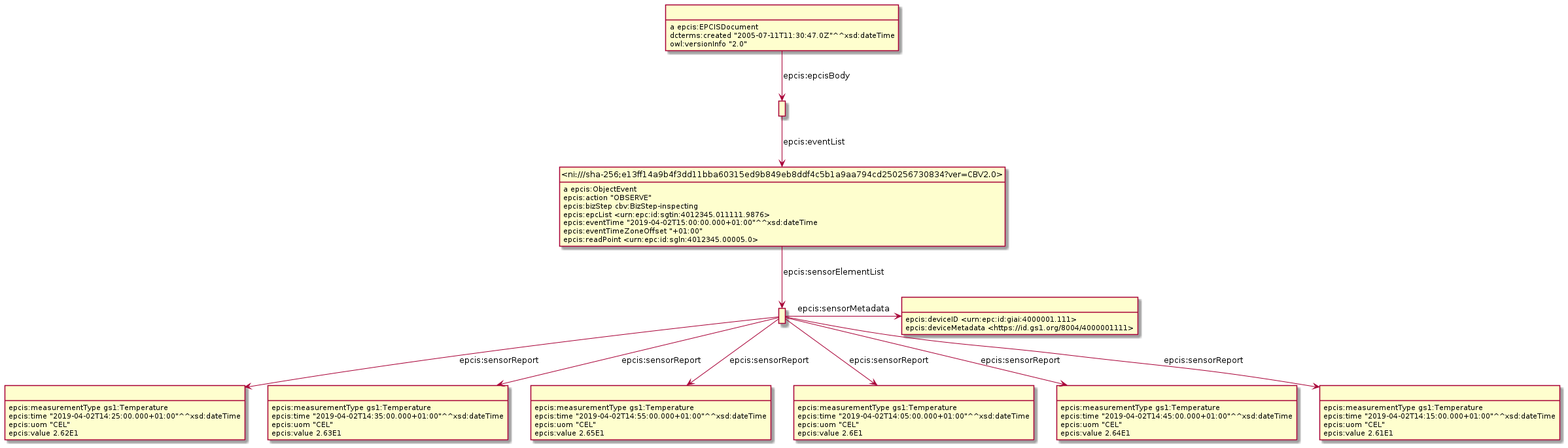
gs1/EPCIS keeps this PlantUML diagram as Diagrams/WithSensorData/SensorDataExample5.png. Above is the earlier version. The source it was exported from:
```plantuml
@startuml
hide empty methods
hide empty attributes
hide circle
skinparam classAttributeIconSize 0
class _r1631887420r5_ as " "
_r1631887420r5_ : epcis:measurementType gs1:Temperature
_r1631887420r5_ : epcis:time "2019-04-02T14:25:00.000+01:00"^^xsd:dateTime
_r1631887420r5_ : epcis:uom "CEL"
_r1631887420r5_ : epcis:value 2.62E1
class _r1631887420r4_ as " "
_r1631887420r4_ : epcis:measurementType gs1:Temperature
_r1631887420r4_ : epcis:time "2019-04-02T14:35:00.000+01:00"^^xsd:dateTime
_r1631887420r4_ : epcis:uom "CEL"
_r1631887420r4_ : epcis:value 2.63E1
class _r1631887420r0_ as " "
_r1631887420r0_ -down-> _r1631887420r4_ : epcis:sensorReport
_r1631887420r0_ -down-> _r1631887420r5_ : epcis:sensorReport
class _r1631887420r2_ as " "
_r1631887420r0_ -down-> _r1631887420r2_ : epcis:sensorReport
class _r1631887420r7_ as " "
_r1631887420r0_ -down-> _r1631887420r7_ : epcis:sensorReport
class _r1631887420r3_ as " "
_r1631887420r0_ -down-> _r1631887420r3_ : epcis:sensorReport
class _r1631887420r1_ as " "
_r1631887420r0_ -right-> _r1631887420r1_ : epcis:sensorMetadata
class _r1631887420r6_ as " "
_r1631887420r0_ -down-> _r1631887420r6_ : epcis:sensorReport
class _r1631887420r8_ as " "
_r1631887420r8_ : a epcis:EPCISDocument
class _r1631887420r9_ as " "
_r1631887420r8_ -down-> _r1631887420r9_ : epcis:epcisBody
_r1631887420r8_ : dcterms:created "2005-07-11T11:30:47.0Z"^^xsd:dateTime
_r1631887420r8_ : owl:versionInfo "2.0"
class _ni_sha_256_e13ff14a9b4f3dd11bba60315ed9b849eb8ddf4c5b1a9aa794cd250256730834_ver_CBV2_0_ as "<ni:///sha-256;e13ff14a9b4f3dd11bba60315ed9b849eb8ddf4c5b1a9aa794cd250256730834?ver=CBV2.0>"
_ni_sha_256_e13ff14a9b4f3dd11bba60315ed9b849eb8ddf4c5b1a9aa794cd250256730834_ver_CBV2_0_ : a epcis:ObjectEvent
_ni_sha_256_e13ff14a9b4f3dd11bba60315ed9b849eb8ddf4c5b1a9aa794cd250256730834_ver_CBV2_0_ -down-> _r1631887420r0_ : epcis:sensorElementList
_ni_sha_256_e13ff14a9b4f3dd11bba60315ed9b849eb8ddf4c5b1a9aa794cd250256730834_ver_CBV2_0_ : epcis:action "OBSERVE"
_ni_sha_256_e13ff14a9b4f3dd11bba60315ed9b849eb8ddf4c5b1a9aa794cd250256730834_ver_CBV2_0_ : epcis:bizStep cbv:BizStep-inspecting
_ni_sha_256_e13ff14a9b4f3dd11bba60315ed9b849eb8ddf4c5b1a9aa794cd250256730834_ver_CBV2_0_ : epcis:epcList <urn:epc:id:sgtin:4012345.011111.9876>
_ni_sha_256_e13ff14a9b4f3dd11bba60315ed9b849eb8ddf4c5b1a9aa794cd250256730834_ver_CBV2_0_ : epcis:eventTime "2019-04-02T15:00:00.000+01:00"^^xsd:dateTime
_ni_sha_256_e13ff14a9b4f3dd11bba60315ed9b849eb8ddf4c5b1a9aa794cd250256730834_ver_CBV2_0_ : epcis:eventTimeZoneOffset "+01:00"
_ni_sha_256_e13ff14a9b4f3dd11bba60315ed9b849eb8ddf4c5b1a9aa794cd250256730834_ver_CBV2_0_ : epcis:readPoint <urn:epc:id:sgln:4012345.00005.0>
_r1631887420r3_ : epcis:measurementType gs1:Temperature
_r1631887420r3_ : epcis:time "2019-04-02T14:45:00.000+01:00"^^xsd:dateTime
_r1631887420r3_ : epcis:uom "CEL"
_r1631887420r3_ : epcis:value 2.64E1
_r1631887420r2_ : epcis:measurementType gs1:Temperature
_r1631887420r2_ : epcis:time "2019-04-02T14:55:00.000+01:00"^^xsd:dateTime
_r1631887420r2_ : epcis:uom "CEL"
_r1631887420r2_ : epcis:value 2.65E1
_r1631887420r6_ : epcis:measurementType gs1:Temperature
_r1631887420r6_ : epcis:time "2019-04-02T14:15:00.000+01:00"^^xsd:dateTime
_r1631887420r6_ : epcis:uom "CEL"
_r1631887420r6_ : epcis:value 2.61E1
_r1631887420r9_ -down-> _ni_sha_256_e13ff14a9b4f3dd11bba60315ed9b849eb8ddf4c5b1a9aa794cd250256730834_ver_CBV2_0_ : epcis:eventList
_r1631887420r1_ : epcis:deviceID <urn:epc:id:giai:4000001.111>
_r1631887420r1_ : epcis:deviceMetadata <https://id.gs1.org/8004/4000001111>
_r1631887420r7_ : epcis:measurementType gs1:Temperature
_r1631887420r7_ : epcis:time "2019-04-02T14:05:00.000+01:00"^^xsd:dateTime
_r1631887420r7_ : epcis:uom "CEL"
_r1631887420r7_ : epcis:value 2.6E1
@enduml
```
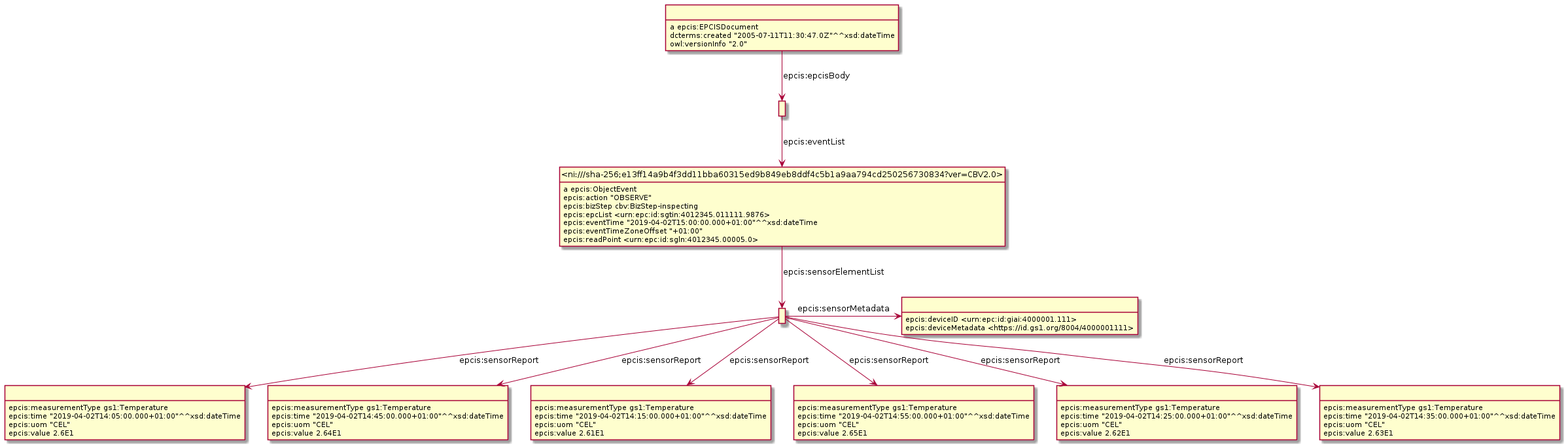
The same file after the commit.

Change to the diagram source:
```diff
@@ -3,61 +3,61 @@
 hide empty attributes
 hide circle
 skinparam classAttributeIconSize 0
-class _r1631887420r5_ as " "
-_r1631887420r5_ : epcis:measurementType gs1:Temperature
-_r1631887420r5_ : epcis:time "2019-04-02T14:25:00.000+01:00"^^xsd:dateTime
-_r1631887420r5_ : epcis:uom "CEL"
-_r1631887420r5_ : epcis:value 2.62E1
-class _r1631887420r4_ as " "
-_r1631887420r4_ : epcis:measurementType gs1:Temperature
-_r1631887420r4_ : epcis:time "2019-04-02T14:35:00.000+01:00"^^xsd:dateTime
-_r1631887420r4_ : epcis:uom "CEL"
-_r1631887420r4_ : epcis:value 2.63E1
-class _r1631887420r0_ as " "
-_r1631887420r0_ -down-> _r1631887420r4_ : epcis:sensorReport
-_r1631887420r0_ -down-> _r1631887420r5_ : epcis:sensorReport
-class _r1631887420r2_ as " "
-_r1631887420r0_ -down-> _r1631887420r2_ : epcis:sensorReport
-class _r1631887420r7_ as " "
-_r1631887420r0_ -down-> _r1631887420r7_ : epcis:sensorReport
-class _r1631887420r3_ as " "
-_r1631887420r0_ -down-> _r1631887420r3_ : epcis:sensorReport
-class _r1631887420r1_ as " "
-_r1631887420r0_ -right-> _r1631887420r1_ : epcis:sensorMetadata
-class _r1631887420r6_ as " "
-_r1631887420r0_ -down-> _r1631887420r6_ : epcis:sensorReport
-class _r1631887420r8_ as " "
-_r1631887420r8_ : a epcis:EPCISDocument
-class _r1631887420r9_ as " "
-_r1631887420r8_ -down-> _r1631887420r9_ : epcis:epcisBody
-_r1631887420r8_ : dcterms:created "2005-07-11T11:30:47.0Z"^^xsd:dateTime
-_r1631887420r8_ : owl:versionInfo "2.0"
+class _r1631889711r7_ as " "
+_r1631889711r7_ : epcis:measurementType gs1:Temperature
+_r1631889711r7_ : epcis:time "2019-04-02T14:05:00.000+01:00"^^xsd:dateTime
+_r1631889711r7_ : epcis:uom "CEL"
+_r1631889711r7_ : epcis:value 2.6E1
+class _r1631889711r3_ as " "
+_r1631889711r3_ : epcis:measurementType gs1:Temperature
+_r1631889711r3_ : epcis:time "2019-04-02T14:45:00.000+01:00"^^xsd:dateTime
+_r1631889711r3_ : epcis:uom "CEL"
+_r1631889711r3_ : epcis:value 2.64E1
+class _r1631889711r1_ as " "
+_r1631889711r1_ : epcis:deviceID <urn:epc:id:giai:4000001.111>
+_r1631889711r1_ : epcis:deviceMetadata <https://id.gs1.org/8004/4000001111>
+class _r1631889711r6_ as " "
+_r1631889711r6_ : epcis:measurementType gs1:Temperature
+_r1631889711r6_ : epcis:time "2019-04-02T14:15:00.000+01:00"^^xsd:dateTime
+_r1631889711r6_ : epcis:uom "CEL"
+_r1631889711r6_ : epcis:value 2.61E1
+class _r1631889711r8_ as " "
+_r1631889711r8_ : a epcis:EPCISDocument
+class _r1631889711r9_ as " "
+_r1631889711r8_ -down-> _r1631889711r9_ : epcis:epcisBody
+_r1631889711r8_ : dcterms:created "2005-07-11T11:30:47.0Z"^^xsd:dateTime
+_r1631889711r8_ : owl:versionInfo "2.0"
+class _r1631889711r2_ as " "
+_r1631889711r2_ : epcis:measurementType gs1:Temperature
+_r1631889711r2_ : epcis:time "2019-04-02T14:55:00.000+01:00"^^xsd:dateTime
+_r1631889711r2_ : epcis:uom "CEL"
+_r1631889711r2_ : epcis:value 2.65E1
+class _r1631889711r5_ as " "
+_r1631889711r5_ : epcis:measurementType gs1:Temperature
+_r1631889711r5_ : epcis:time "2019-04-02T14:25:00.000+01:00"^^xsd:dateTime
+_r1631889711r5_ : epcis:uom "CEL"
+_r1631889711r5_ : epcis:value 2.62E1
+class _r1631889711r4_ as " "
+_r1631889711r4_ : epcis:measurementType gs1:Temperature
+_r1631889711r4_ : epcis:time "2019-04-02T14:35:00.000+01:00"^^xsd:dateTime
+_r1631889711r4_ : epcis:uom "CEL"
+_r1631889711r4_ : epcis:value 2.63E1
 class _ni_sha_256_e13ff14a9b4f3dd11bba60315ed9b849eb8ddf4c5b1a9aa794cd250256730834_ver_CBV2_0_ as "<ni:///sha-256;e13ff14a9b4f3dd11bba60315ed9b849eb8ddf4c5b1a9aa794cd250256730834?ver=CBV2.0>"
+_r1631889711r9_ -down-> _ni_sha_256_e13ff14a9b4f3dd11bba60315ed9b849eb8ddf4c5b1a9aa794cd250256730834_ver_CBV2_0_ : epcis:eventList
 _ni_sha_256_e13ff14a9b4f3dd11bba60315ed9b849eb8ddf4c5b1a9aa794cd250256730834_ver_CBV2_0_ : a epcis:ObjectEvent
-_ni_sha_256_e13ff14a9b4f3dd11bba60315ed9b849eb8ddf4c5b1a9aa794cd250256730834_ver_CBV2_0_ -down-> _r1631887420r0_ : epcis:sensorElementList
+class _r1631889711r0_ as " "
+_ni_sha_256_e13ff14a9b4f3dd11bba60315ed9b849eb8ddf4c5b1a9aa794cd250256730834_ver_CBV2_0_ -down-> _r1631889711r0_ : epcis:sensorElementList
 _ni_sha_256_e13ff14a9b4f3dd11bba60315ed9b849eb8ddf4c5b1a9aa794cd250256730834_ver_CBV2_0_ : epcis:action "OBSERVE"
 _ni_sha_256_e13ff14a9b4f3dd11bba60315ed9b849eb8ddf4c5b1a9aa794cd250256730834_ver_CBV2_0_ : epcis:bizStep cbv:BizStep-inspecting
 _ni_sha_256_e13ff14a9b4f3dd11bba60315ed9b849eb8ddf4c5b1a9aa794cd250256730834_ver_CBV2_0_ : epcis:epcList <urn:epc:id:sgtin:4012345.011111.9876>
 _ni_sha_256_e13ff14a9b4f3dd11bba60315ed9b849eb8ddf4c5b1a9aa794cd250256730834_ver_CBV2_0_ : epcis:eventTime "2019-04-02T15:00:00.000+01:00"^^xsd:dateTime
 _ni_sha_256_e13ff14a9b4f3dd11bba60315ed9b849eb8ddf4c5b1a9aa794cd250256730834_ver_CBV2_0_ : epcis:eventTimeZoneOffset "+01:00"
 _ni_sha_256_e13ff14a9b4f3dd11bba60315ed9b849eb8ddf4c5b1a9aa794cd250256730834_ver_CBV2_0_ : epcis:readPoint <urn:epc:id:sgln:4012345.00005.0>
-_r1631887420r3_ : epcis:measurementType gs1:Temperature
-_r1631887420r3_ : epcis:time "2019-04-02T14:45:00.000+01:00"^^xsd:dateTime
-_r1631887420r3_ : epcis:uom "CEL"
-_r1631887420r3_ : epcis:value 2.64E1
-_r1631887420r2_ : epcis:measurementType gs1:Temperature
-_r1631887420r2_ : epcis:time "2019-04-02T14:55:00.000+01:00"^^xsd:dateTime
-_r1631887420r2_ : epcis:uom "CEL"
-_r1631887420r2_ : epcis:value 2.65E1
-_r1631887420r6_ : epcis:measurementType gs1:Temperature
-_r1631887420r6_ : epcis:time "2019-04-02T14:15:00.000+01:00"^^xsd:dateTime
-_r1631887420r6_ : epcis:uom "CEL"
-_r1631887420r6_ : epcis:value 2.61E1
-_r1631887420r9_ -down-> _ni_sha_256_e13ff14a9b4f3dd11bba60315ed9b849eb8ddf4c5b1a9aa794cd250256730834_ver_CBV2_0_ : epcis:eventList
-_r1631887420r1_ : epcis:deviceID <urn:epc:id:giai:4000001.111>
-_r1631887420r1_ : epcis:deviceMetadata <https://id.gs1.org/8004/4000001111>
-_r1631887420r7_ : epcis:measurementType gs1:Temperature
-_r1631887420r7_ : epcis:time "2019-04-02T14:05:00.000+01:00"^^xsd:dateTime
-_r1631887420r7_ : epcis:uom "CEL"
-_r1631887420r7_ : epcis:value 2.6E1
+_r1631889711r0_ -down-> _r1631889711r4_ : epcis:sensorReport
+_r1631889711r0_ -down-> _r1631889711r7_ : epcis:sensorReport
+_r1631889711r0_ -down-> _r1631889711r6_ : epcis:sensorReport
+_r1631889711r0_ -right-> _r1631889711r1_ : epcis:sensorMetadata
+_r1631889711r0_ -down-> _r1631889711r2_ : epcis:sensorReport
+_r1631889711r0_ -down-> _r1631889711r3_ : epcis:sensorReport
+_r1631889711r0_ -down-> _r1631889711r5_ : epcis:sensorReport
 @enduml
```
